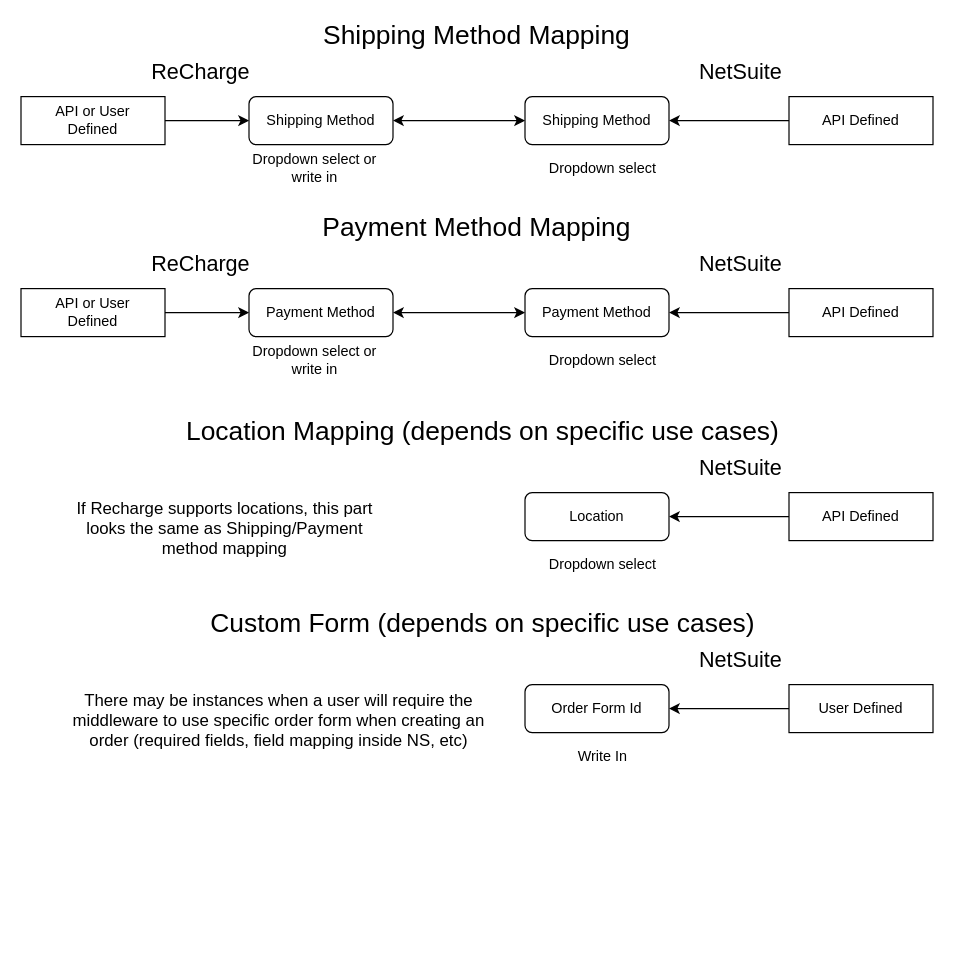
The draw.io diagram Shipping Mehtods etc Recharge mapping.drawio in alexrsunrise/diagrams, before the edit. Source tidied: cells renumbered, new cells numbered last; positions are measured from the earlier drawing's top-left corner, leaving out a move shared by most shapes. Both pictures are drawn from the tidied source at 120%, with x=0, y=0 at pixel (20, 24).
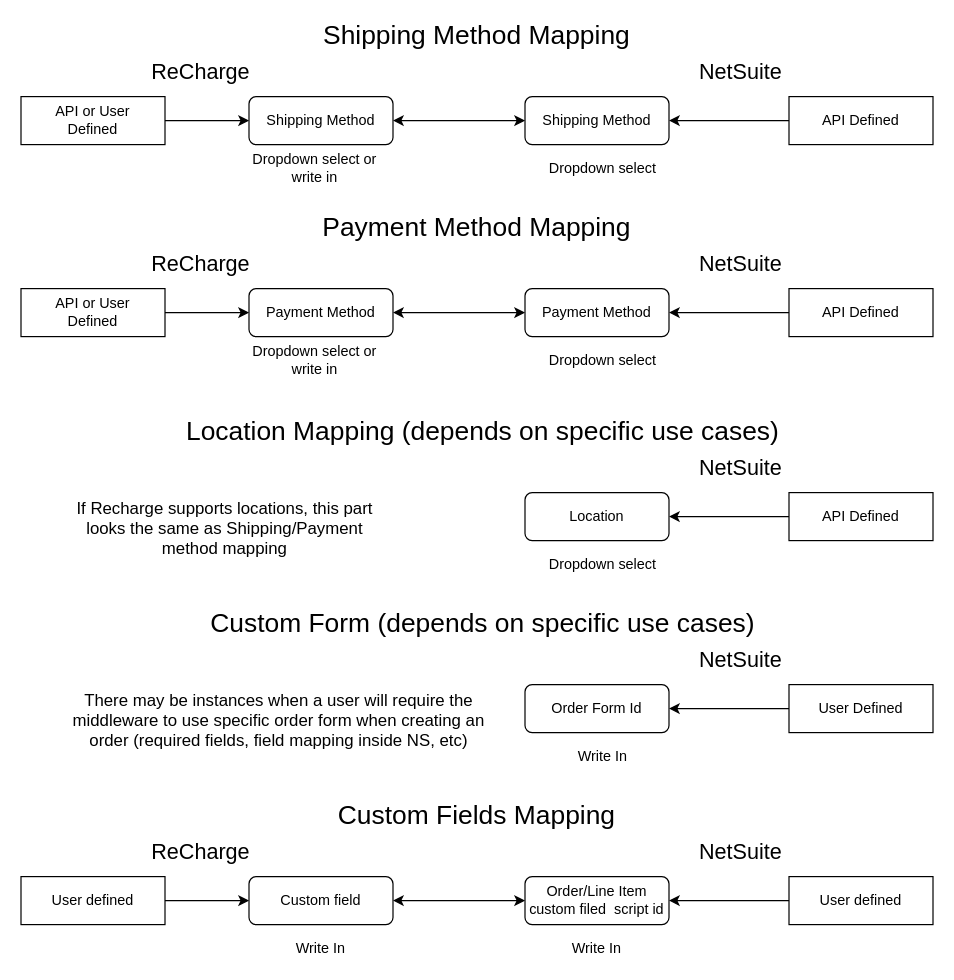
Above is the later version.

The edit, as a diff of the source:
```diff
@@
+    <mxCell id="46" value="Custom field" style="rounded=1;whiteSpace=wrap;html=1;" parent="1" vertex="1">
+      <mxGeometry x="190" y="710" width="120" height="40" as="geometry" />
+    </mxCell>
+    <mxCell id="47" value="Order/Line Item custom filed&amp;nbsp; script id" style="rounded=1;whiteSpace=wrap;html=1;" parent="1" vertex="1">
+      <mxGeometry x="420" y="710" width="120" height="40" as="geometry" />
+    </mxCell>
+    <mxCell id="48" style="edgeStyle=orthogonalEdgeStyle;rounded=0;jettySize=auto;html=1;exitX=0;exitY=0.5;exitDx=0;exitDy=0;entryX=1;entryY=0.5;entryDx=0;entryDy=0;fontSize=12;" parent="1" edge="1" source="49" target="47">
+      <mxGeometry relative="1" as="geometry" />
+    </mxCell>
+    <mxCell id="49" style="rounded=0;whiteSpace=wrap;html=1;" parent="1" vertex="1">
+      <mxGeometry x="640" y="710" width="120" height="40" as="geometry" />
+    </mxCell>
+    <mxCell id="50" style="edgeStyle=orthogonalEdgeStyle;rounded=0;jettySize=auto;html=1;exitX=1;exitY=0.5;exitDx=0;exitDy=0;entryX=0;entryY=0.5;entryDx=0;entryDy=0;fontSize=12;" parent="1" edge="1" source="51" target="46">
+      <mxGeometry relative="1" as="geometry" />
+    </mxCell>
+    <mxCell id="51" style="rounded=0;whiteSpace=wrap;html=1;" parent="1" vertex="1">
+      <mxGeometry y="710" width="120" height="40" as="geometry" />
+    </mxCell>
+    <mxCell id="52" value="Custom Fields Mapping" style="text;html=1;strokeColor=none;fillColor=none;align=center;verticalAlign=middle;whiteSpace=wrap;rounded=0;fontSize=22;" parent="1" vertex="1">
+      <mxGeometry x="150" y="650" width="460" height="20" as="geometry" />
+    </mxCell>
+    <mxCell id="53" value="ReCharge" style="text;html=1;strokeColor=none;fillColor=none;align=center;verticalAlign=middle;whiteSpace=wrap;rounded=0;fontSize=18;" parent="1" vertex="1">
+      <mxGeometry x="130" y="680" width="40" height="20" as="geometry" />
+    </mxCell>
+    <mxCell id="54" value="NetSuite" style="text;html=1;strokeColor=none;fillColor=none;align=center;verticalAlign=middle;whiteSpace=wrap;rounded=0;fontSize=18;" parent="1" vertex="1">
+      <mxGeometry x="580" y="680" width="40" height="20" as="geometry" />
+    </mxCell>
+    <mxCell id="55" value="User defined" style="text;html=1;strokeColor=none;fillColor=none;align=center;verticalAlign=middle;whiteSpace=wrap;rounded=0;fontSize=12;" parent="1" vertex="1">
+      <mxGeometry x="660" y="720" width="80" height="20" as="geometry" />
+    </mxCell>
+    <mxCell id="56" value="User defined" style="text;html=1;strokeColor=none;fillColor=none;align=center;verticalAlign=middle;whiteSpace=wrap;rounded=0;fontSize=12;" parent="1" vertex="1">
+      <mxGeometry x="20" y="720" width="80" height="20" as="geometry" />
+    </mxCell>
+    <mxCell id="57" style="endArrow=classic;startArrow=classic;html=1;fontSize=12;entryX=0;entryY=0.5;entryDx=0;entryDy=0;exitX=1;exitY=0.5;exitDx=0;exitDy=0;" parent="1" edge="1" source="46" target="47">
+      <mxGeometry relative="1" as="geometry" />
+    </mxCell>
+    <mxCell id="58" value="Write In" style="text;html=1;strokeColor=none;fillColor=none;align=center;verticalAlign=middle;whiteSpace=wrap;rounded=0;fontSize=12;" parent="1" vertex="1">
+      <mxGeometry x="415" y="760" width="130" height="20" as="geometry" />
+    </mxCell>
+    <mxCell id="59" value="Write In" style="text;html=1;strokeColor=none;fillColor=none;align=center;verticalAlign=middle;whiteSpace=wrap;rounded=0;fontSize=12;" parent="1" vertex="1">
+      <mxGeometry x="185" y="760" width="130" height="20" as="geometry" />
+    </mxCell>
```
